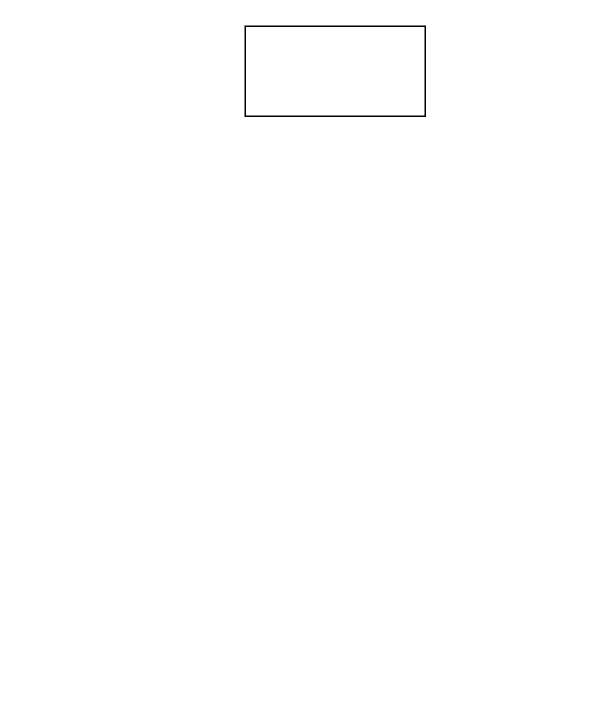
The draw.io diagram 未命名绘图.drawio in yaoxiaoge/gittest, before the edit. Source tidied: cells renumbered, new cells numbered last; positions are measured from the earlier drawing's top-left corner, leaving out a move shared by most shapes. Both pictures are drawn from the tidied source at 150%, with x=0, y=0 at pixel (244, 26).
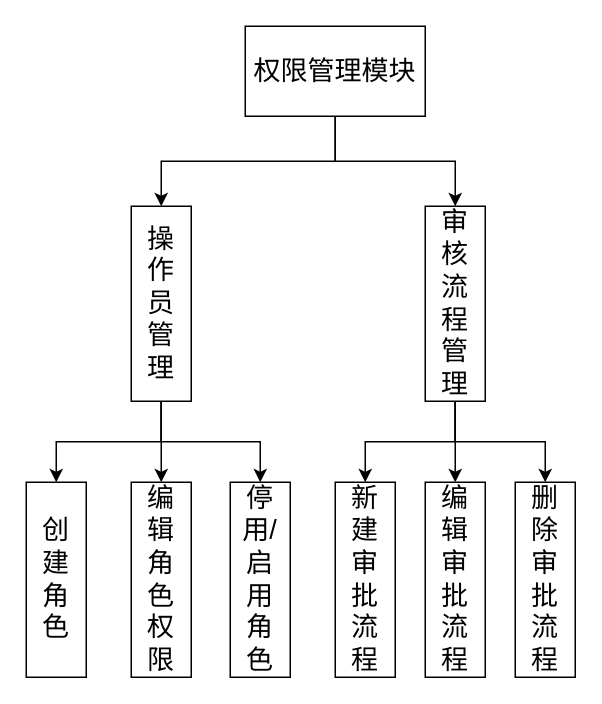
The same page after the edit.

Commit message:
平台端_权限管理模块.drawio

Change to the diagram source:
```diff
@@
 <mxGraphModel background="#ffffff">
   <root>
     <mxCell id="0" />
     <mxCell id="1" parent="0" />
+    <mxCell id="3" style="edgeStyle=orthogonalEdgeStyle;rounded=0;jettySize=auto;html=1;exitX=0.5;exitY=1;exitDx=0;exitDy=0;entryX=0.5;entryY=0;entryDx=0;entryDy=0;" parent="1" edge="1" source="2" target="12">
+      <mxGeometry relative="1" as="geometry" />
+    </mxCell>
+    <mxCell id="4" style="edgeStyle=orthogonalEdgeStyle;rounded=0;jettySize=auto;html=1;exitX=0.5;exitY=1;exitDx=0;exitDy=0;entryX=0.5;entryY=0;entryDx=0;entryDy=0;" parent="1" edge="1" source="2" target="8">
+      <mxGeometry relative="1" as="geometry" />
+    </mxCell>
-    <mxCell id="2" style="rounded=0;whiteSpace=wrap;html=1;" parent="1" vertex="1">
+    <mxCell id="2" value="&lt;font style=&quot;font-size: 18px&quot;&gt;权限管理模块&lt;/font&gt;" style="rounded=0;whiteSpace=wrap;html=1;" parent="1" vertex="1">
       <mxGeometry width="120" height="60" as="geometry" />
     </mxCell>
+    <mxCell id="5" style="edgeStyle=orthogonalEdgeStyle;rounded=0;jettySize=auto;html=1;exitX=0.5;exitY=1;exitDx=0;exitDy=0;" parent="1" edge="1" source="8" target="13">
+      <mxGeometry relative="1" as="geometry" />
+    </mxCell>
+    <mxCell id="6" style="edgeStyle=orthogonalEdgeStyle;rounded=0;jettySize=auto;html=1;exitX=0.5;exitY=1;exitDx=0;exitDy=0;entryX=0.5;entryY=0;entryDx=0;entryDy=0;" parent="1" edge="1" source="8" target="14">
+      <mxGeometry relative="1" as="geometry" />
+    </mxCell>
+    <mxCell id="7" style="edgeStyle=orthogonalEdgeStyle;rounded=0;jettySize=auto;html=1;exitX=0.5;exitY=1;exitDx=0;exitDy=0;" parent="1" edge="1" source="8" target="15">
+      <mxGeometry relative="1" as="geometry" />
+    </mxCell>
+    <mxCell id="8" value="&lt;font style=&quot;font-size: 18px&quot;&gt;操&lt;br&gt;作&lt;br&gt;员&lt;br&gt;管&lt;br&gt;理&lt;/font&gt;" style="rounded=0;whiteSpace=wrap;html=1;" parent="1" vertex="1">
+      <mxGeometry x="-76" y="120" width="40" height="130" as="geometry" />
+    </mxCell>
+    <mxCell id="9" style="edgeStyle=orthogonalEdgeStyle;rounded=0;jettySize=auto;html=1;exitX=0.5;exitY=1;exitDx=0;exitDy=0;entryX=0.5;entryY=0;entryDx=0;entryDy=0;" parent="1" edge="1" source="12" target="16">
+      <mxGeometry relative="1" as="geometry" />
+    </mxCell>
+    <mxCell id="10" style="edgeStyle=orthogonalEdgeStyle;rounded=0;jettySize=auto;html=1;exitX=0.5;exitY=1;exitDx=0;exitDy=0;entryX=0.5;entryY=0;entryDx=0;entryDy=0;" parent="1" edge="1" source="12" target="17">
+      <mxGeometry relative="1" as="geometry" />
+    </mxCell>
+    <mxCell id="11" style="edgeStyle=orthogonalEdgeStyle;rounded=0;jettySize=auto;html=1;exitX=0.5;exitY=1;exitDx=0;exitDy=0;" parent="1" edge="1" source="12" target="18">
+      <mxGeometry relative="1" as="geometry" />
+    </mxCell>
+    <mxCell id="12" value="&lt;span style=&quot;font-size: 18px&quot;&gt;审&lt;br&gt;核&lt;br&gt;流&lt;br&gt;程&lt;br&gt;管&lt;br&gt;理&lt;/span&gt;" style="rounded=0;whiteSpace=wrap;html=1;" parent="1" vertex="1">
+      <mxGeometry x="120" y="120" width="40" height="130" as="geometry" />
+    </mxCell>
+    <mxCell id="13" value="&lt;span style=&quot;font-size: 18px&quot;&gt;创&lt;br&gt;建&lt;br&gt;角&lt;br&gt;色&lt;br&gt;&lt;/span&gt;" style="rounded=0;whiteSpace=wrap;html=1;" parent="1" vertex="1">
+      <mxGeometry x="-146" y="304" width="40" height="130" as="geometry" />
+    </mxCell>
+    <mxCell id="14" value="&lt;font style=&quot;font-size: 18px&quot;&gt;编&lt;br&gt;辑&lt;br&gt;角&lt;br&gt;色&lt;br&gt;权&lt;br&gt;限&lt;br&gt;&lt;/font&gt;" style="rounded=0;whiteSpace=wrap;html=1;" parent="1" vertex="1">
+      <mxGeometry x="-76" y="304" width="40" height="130" as="geometry" />
+    </mxCell>
+    <mxCell id="15" value="&lt;font style=&quot;font-size: 18px&quot;&gt;停用/启&lt;br&gt;用&lt;br&gt;角&lt;br&gt;色&lt;br&gt;&lt;/font&gt;" style="rounded=0;whiteSpace=wrap;html=1;" parent="1" vertex="1">
+      <mxGeometry x="-10" y="304" width="40" height="130" as="geometry" />
+    </mxCell>
+    <mxCell id="16" value="&lt;font style=&quot;font-size: 18px&quot;&gt;新&lt;br&gt;建&lt;br&gt;审&lt;br&gt;批&lt;br&gt;流&lt;br&gt;程&lt;br&gt;&lt;/font&gt;" style="rounded=0;whiteSpace=wrap;html=1;" parent="1" vertex="1">
+      <mxGeometry x="60" y="304" width="40" height="130" as="geometry" />
+    </mxCell>
+    <mxCell id="17" value="&lt;font style=&quot;font-size: 18px&quot;&gt;编&lt;br&gt;辑&lt;br&gt;审&lt;br&gt;批&lt;br&gt;流&lt;br&gt;程&lt;br&gt;&lt;/font&gt;" style="rounded=0;whiteSpace=wrap;html=1;" parent="1" vertex="1">
+      <mxGeometry x="120" y="304" width="40" height="130" as="geometry" />
+    </mxCell>
+    <mxCell id="18" value="&lt;font style=&quot;font-size: 18px&quot;&gt;删&lt;br&gt;除&lt;br&gt;审&lt;br&gt;批&lt;br&gt;流&lt;br&gt;程&lt;br&gt;&lt;/font&gt;" style="rounded=0;whiteSpace=wrap;html=1;" parent="1" vertex="1">
+      <mxGeometry x="180" y="304" width="40" height="130" as="geometry" />
+    </mxCell>
   </root>
 </mxGraphModel>
```
